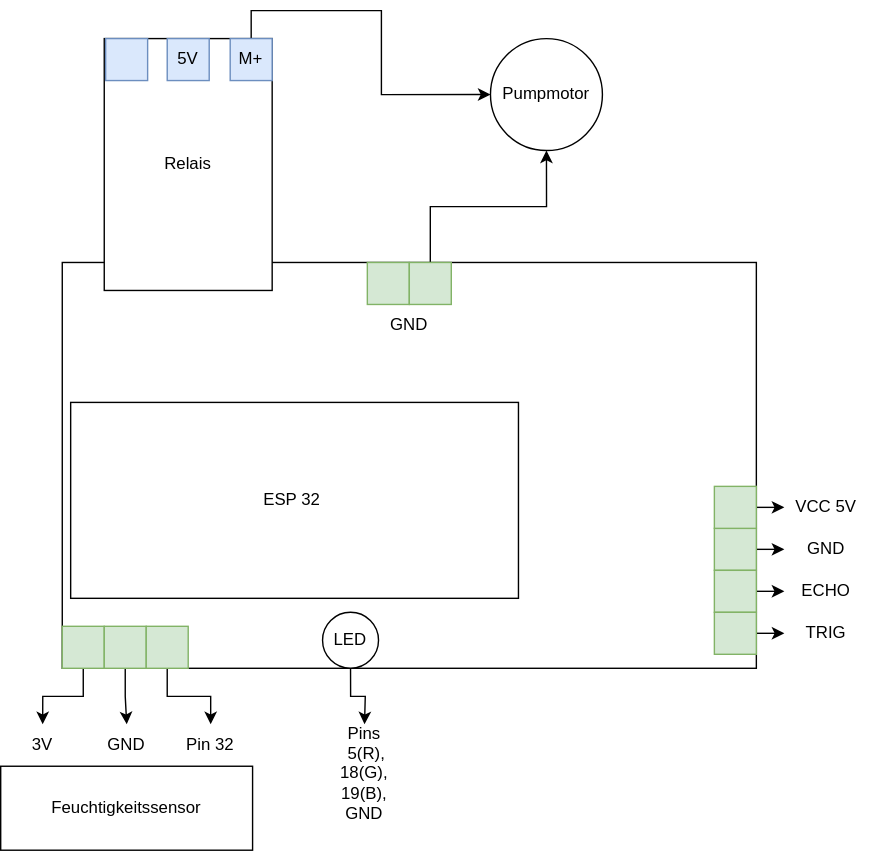
Above: Platine Wassersystem.svg in cyberhungus/WaterSystem (draw.io), before the change. Source tidied: cells renumbered, new cells last; positions are measured from the earlier drawing's top-left corner, leaving out a move shared by most shapes.
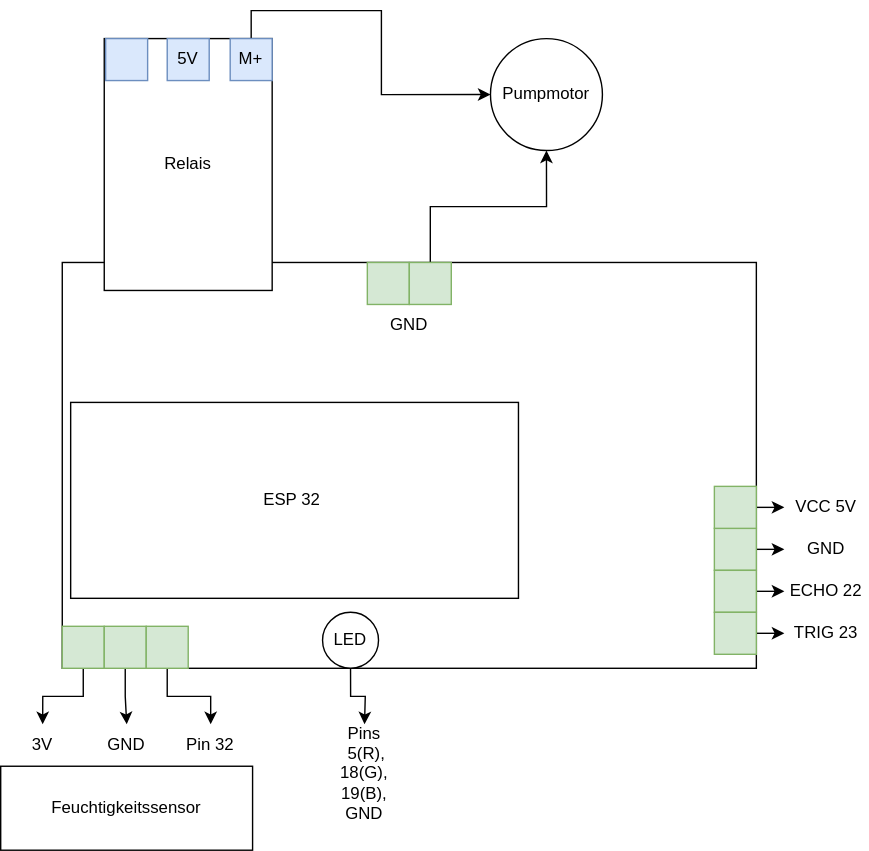
After the commit.

The edit, as a diff of the source:
```diff
@@ -85,13 +85,13 @@
     <mxCell id="28" style="rounded=0;whiteSpace=wrap;html=1;fillColor=#d5e8d4;strokeColor=#82b366;" parent="1" vertex="1">
       <mxGeometry x="510" y="320" width="30" height="30" as="geometry" />
     </mxCell>
-    <mxCell id="29" value="TRIG" style="text;html=1;strokeColor=none;fillColor=none;align=center;verticalAlign=middle;whiteSpace=wrap;rounded=0;" parent="1" vertex="1">
+    <mxCell id="29" value="TRIG 23" style="text;html=1;strokeColor=none;fillColor=none;align=center;verticalAlign=middle;whiteSpace=wrap;rounded=0;" parent="1" vertex="1">
       <mxGeometry x="560" y="410" width="60" height="30" as="geometry" />
     </mxCell>
     <mxCell id="30" value="Feuchtigkeitssensor" style="rounded=0;whiteSpace=wrap;html=1;" parent="1" vertex="1">
       <mxGeometry y="520" width="180" height="60" as="geometry" />
     </mxCell>
-    <mxCell id="31" value="ECHO" style="text;html=1;strokeColor=none;fillColor=none;align=center;verticalAlign=middle;whiteSpace=wrap;rounded=0;" parent="1" vertex="1">
+    <mxCell id="31" value="ECHO 22" style="text;html=1;strokeColor=none;fillColor=none;align=center;verticalAlign=middle;whiteSpace=wrap;rounded=0;" parent="1" vertex="1">
       <mxGeometry x="560" y="380" width="60" height="30" as="geometry" />
     </mxCell>
     <mxCell id="32" value="GND" style="text;html=1;strokeColor=none;fillColor=none;align=center;verticalAlign=middle;whiteSpace=wrap;rounded=0;" parent="1" vertex="1">
```
